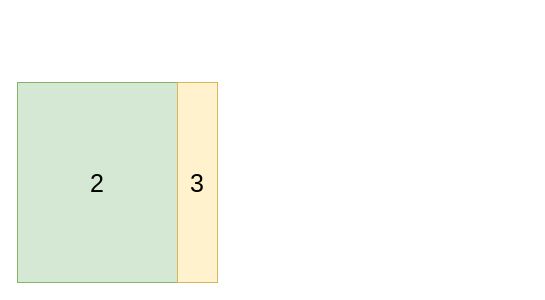
Before: bigworld-load-balance-cell-split-2.drawio in antsmallant/MyDraw, a draw.io diagram. Source tidied: cells renumbered, new cells numbered last; positions are measured from the earlier drawing's top-left corner, leaving out a move shared by most shapes. Both pictures are drawn from the tidied source at 100%, with x=0, y=0 at pixel (17, 82).
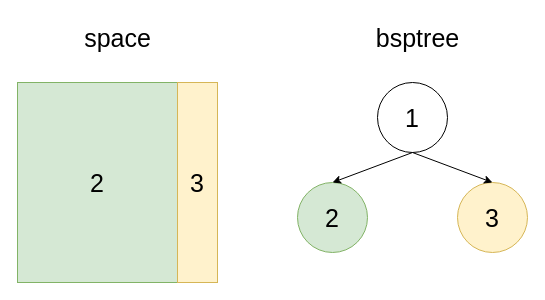
Above is the later version.

What changed in the source:
```diff
@@
 <mxGraphModel>
   <root>
     <mxCell id="0" />
     <mxCell id="1" parent="0" />
     <mxCell id="2" value="2" style="rounded=0;whiteSpace=wrap;html=1;fillColor=#d5e8d4;strokeColor=#82b366;fontSize=25;" parent="1" vertex="1">
       <mxGeometry width="160" height="200" as="geometry" />
     </mxCell>
     <mxCell id="3" value="3" style="rounded=0;whiteSpace=wrap;html=1;fillColor=#fff2cc;strokeColor=#d6b656;fontSize=25;" parent="1" vertex="1">
       <mxGeometry x="160" width="40" height="200" as="geometry" />
     </mxCell>
+    <mxCell id="4" value="space" style="text;html=1;align=center;verticalAlign=middle;strokeColor=none;fillColor=none;fontSize=25;" parent="1" vertex="1">
+      <mxGeometry x="55" y="-65" width="90" height="40" as="geometry" />
+    </mxCell>
+    <mxCell id="5" value="1" style="ellipse;whiteSpace=wrap;html=1;fontSize=25;" parent="1" vertex="1">
+      <mxGeometry x="360" width="70" height="70" as="geometry" />
+    </mxCell>
+    <mxCell id="6" value="bsptree" style="text;html=1;align=center;verticalAlign=middle;strokeColor=none;fillColor=none;fontSize=25;" parent="1" vertex="1">
+      <mxGeometry x="345" y="-65" width="110" height="40" as="geometry" />
+    </mxCell>
+    <mxCell id="7" value="2" style="ellipse;whiteSpace=wrap;html=1;fontSize=25;fillColor=#d5e8d4;strokeColor=#82b366;" parent="1" vertex="1">
+      <mxGeometry x="280" y="100" width="70" height="70" as="geometry" />
+    </mxCell>
+    <mxCell id="8" value="3" style="ellipse;whiteSpace=wrap;html=1;fontSize=25;fillColor=#fff2cc;strokeColor=#d6b656;" parent="1" vertex="1">
+      <mxGeometry x="440" y="100" width="70" height="70" as="geometry" />
+    </mxCell>
+    <mxCell id="9" style="endArrow=classic;html=1;rounded=0;exitX=0.5;exitY=1;exitDx=0;exitDy=0;entryX=0.5;entryY=0;entryDx=0;entryDy=0;" parent="1" edge="1" source="5" target="7">
+      <mxGeometry relative="1" as="geometry" />
+    </mxCell>
+    <mxCell id="10" style="endArrow=classic;html=1;rounded=0;exitX=0.5;exitY=1;exitDx=0;exitDy=0;entryX=0.5;entryY=0;entryDx=0;entryDy=0;" parent="1" edge="1" source="5" target="8">
+      <mxGeometry relative="1" as="geometry" />
+    </mxCell>
   </root>
 </mxGraphModel>
```
